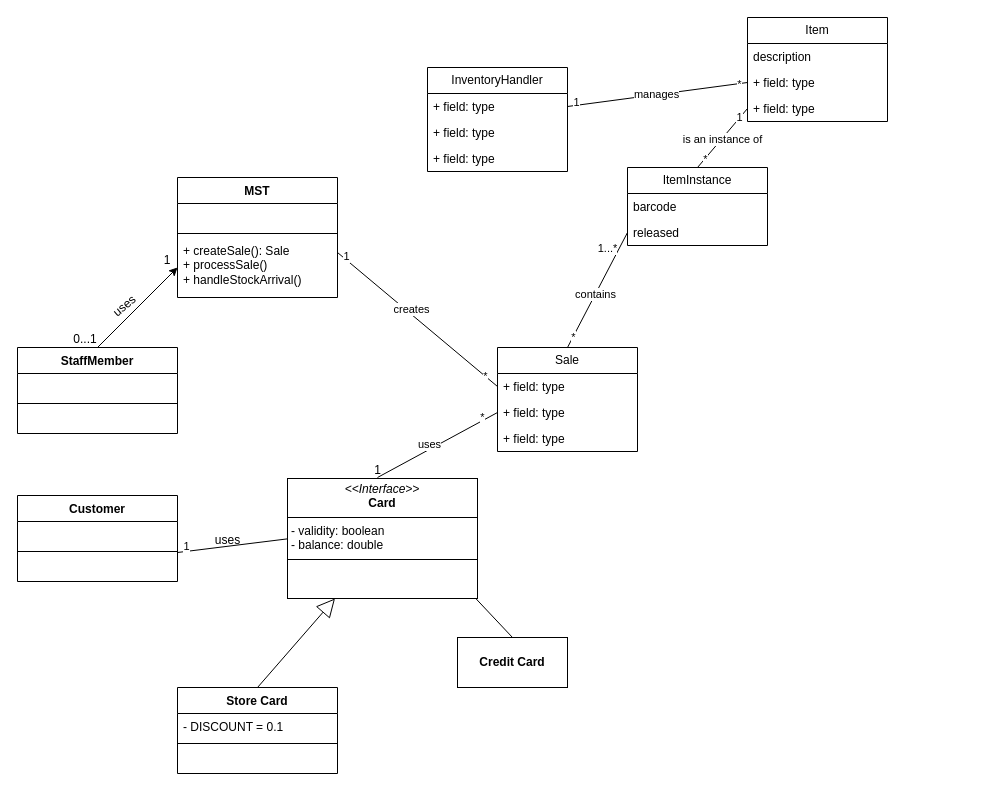
Earlier version of the draw.io diagram page "Page-2" (2 of 2) of workshop5-week6.drawio (antonykimuom/SWEN30006-2025-SM1-workshop1-tuew05-14-00-team-12). Source tidied: cells renumbered, new cells numbered last; positions are measured from the earlier drawing's top-left corner, leaving out a move shared by most shapes. Both pictures are drawn from the tidied source at 100%, with x=0, y=0 at pixel (17, 17).
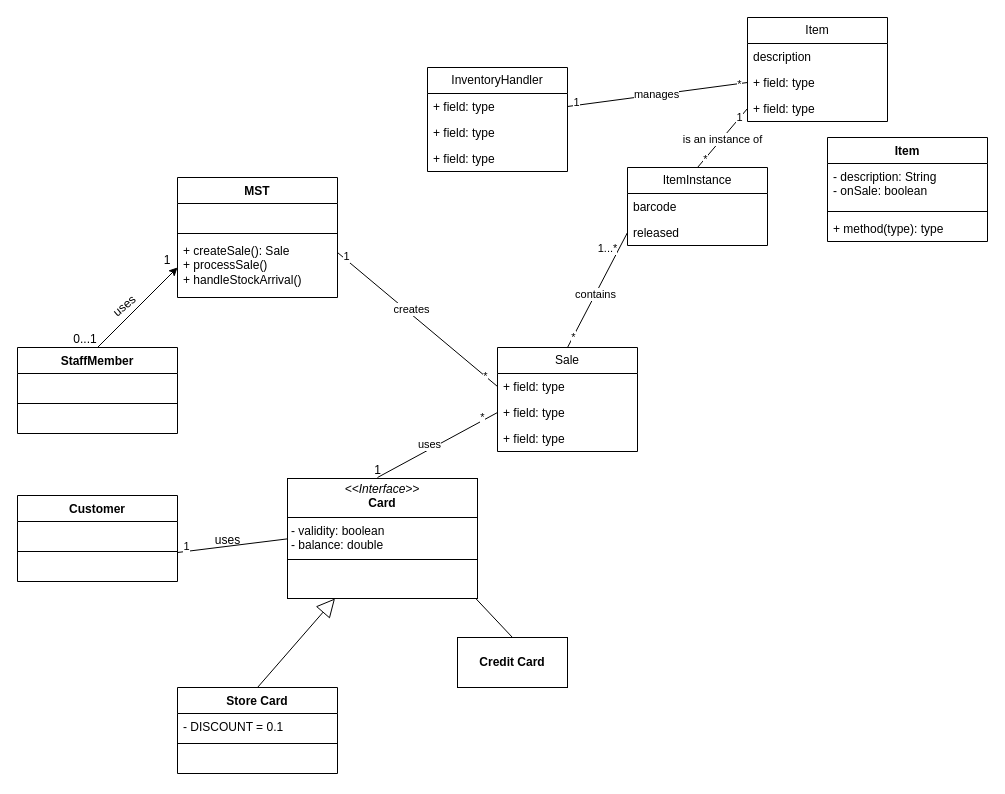
After the change.

Commit message:
added item class

The edit, as a diff of the source:
```diff
@@
+    <mxCell id="65" value="Item" style="swimlane;fontStyle=1;align=center;verticalAlign=top;horizontal=1;startSize=26;whiteSpace=wrap;html=1;" parent="1" vertex="1">
+      <mxGeometry x="810" y="120" width="160" height="104" as="geometry" />
+    </mxCell>
+    <mxCell id="66" value="- description: String&lt;div&gt;- onSale: boolean&lt;/div&gt;" style="text;strokeColor=none;fillColor=none;align=left;verticalAlign=top;spacingLeft=4;spacingRight=4;overflow=hidden;whiteSpace=wrap;html=1;" parent="65" vertex="1">
+      <mxGeometry y="26" width="160" height="44" as="geometry" />
+    </mxCell>
+    <mxCell id="67" style="line;strokeWidth=1;fillColor=none;align=left;verticalAlign=middle;spacingTop=-1;spacingLeft=3;spacingRight=3;labelPosition=right;strokeColor=inherit;" parent="65" vertex="1">
+      <mxGeometry y="70" width="160" height="8" as="geometry" />
+    </mxCell>
+    <mxCell id="68" value="+ method(type): type" style="text;strokeColor=none;fillColor=none;align=left;verticalAlign=top;spacingLeft=4;spacingRight=4;overflow=hidden;whiteSpace=wrap;html=1;" parent="65" vertex="1">
+      <mxGeometry y="78" width="160" height="26" as="geometry" />
+    </mxCell>
```
